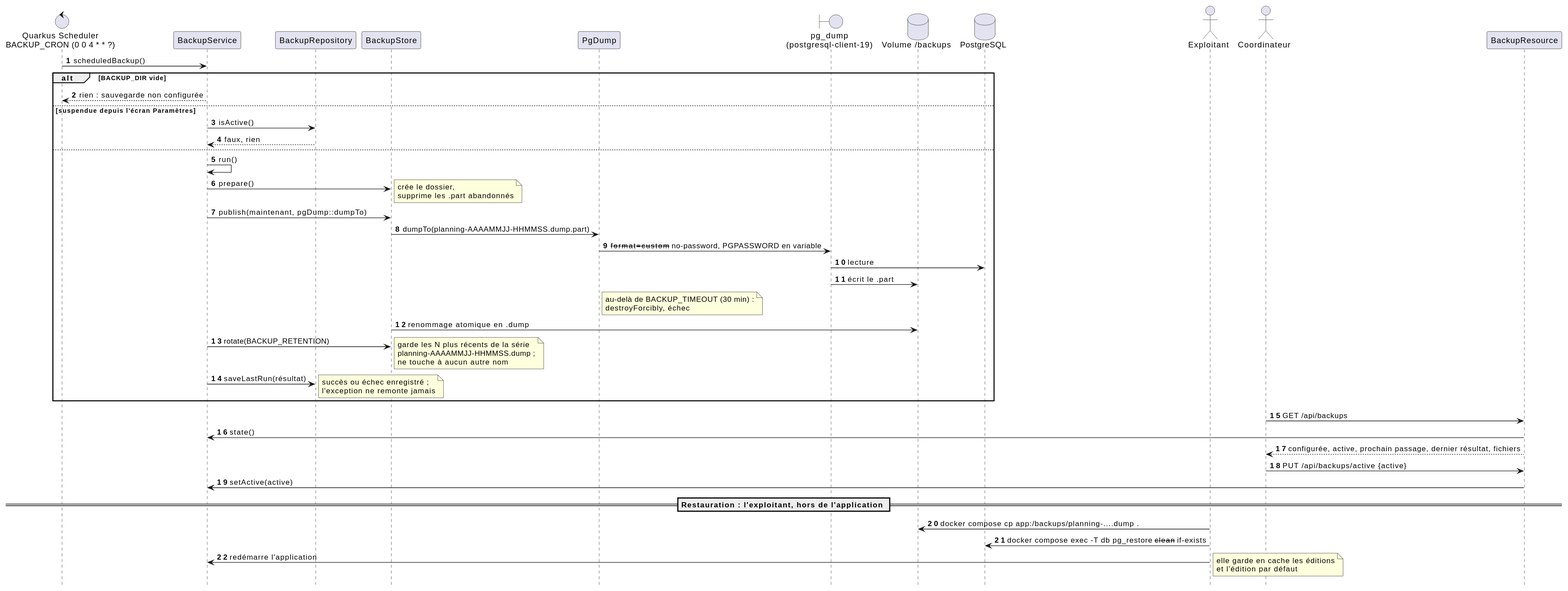
sylvainmetayer/planning-equipes keeps this PlantUML diagram as docs/diagrammes/sauvegarde.svg. Above is the earlier version. The source it was exported from:
```plantuml
@startuml
skinparam backgroundColor #FFFFFF
skinparam responseMessageBelowArrow true
hide footbox
autonumber

control "Quarkus Scheduler\nBACKUP_CRON (0 0 4 * * ?)" as cron
participant BackupService as service
participant BackupRepository as depot
participant BackupStore as store
participant PgDump as pgdump
boundary "pg_dump\n(postgresql-client-18)" as binaire
database "Volume /backups" as volume
database PostgreSQL as db
actor "Exploitant" as ops
actor "Coordinateur" as admin
participant BackupResource as resource

cron -> service : scheduledBackup()
alt BACKUP_DIR vide
  service --> cron : rien : sauvegarde non configurée
else suspendue depuis l'écran Paramètres
  service -> depot : isActive()
  depot --> service : faux, rien
else
  service -> service : run()
  service -> store : prepare()
  note right : crée le dossier,\nsupprime les .part abandonnés
  service -> store : publish(maintenant, pgDump::dumpTo)
  store -> pgdump : dumpTo(planning-AAAAMMJJ-HHMMSS.dump.part)
  pgdump -> binaire : --format=custom --no-password, PGPASSWORD en variable
  binaire -> db : lecture
  binaire -> volume : écrit le .part
  note right of pgdump : au-delà de BACKUP_TIMEOUT (30 min) :\ndestroyForcibly, échec
  store -> volume : renommage atomique en .dump
  service -> store : rotate(BACKUP_RETENTION)
  note right : garde les N plus récents de la série\nplanning-AAAAMMJJ-HHMMSS.dump ;\nne touche à aucun autre nom
  service -> depot : saveLastRun(résultat)
  note right : succès ou échec enregistré ;\nl'exception ne remonte jamais
end

admin -> resource : GET /api/backups
resource -> service : state()
resource --> admin : configurée, active, prochain passage, dernier résultat, fichiers
admin -> resource : PUT /api/backups/active {active}
resource -> service : setActive(active)

== Restauration : l'exploitant, hors de l'application ==
ops -> volume : docker compose cp app:/backups/planning-….dump .
ops -> db : docker compose exec -T db pg_restore --clean --if-exists
ops -> service : redémarre l'application
note right : elle garde en cache les éditions\net l'édition par défaut
@enduml
```
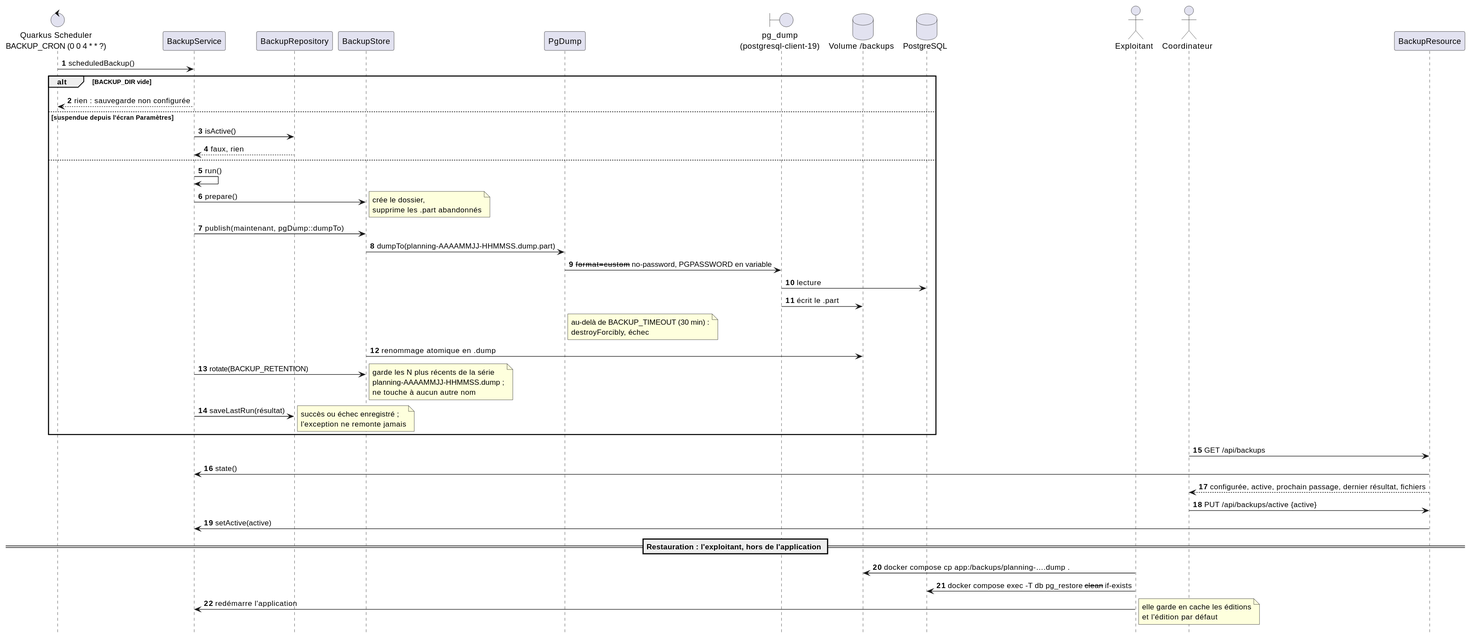
Later version of the same file.

Commit message:
docs(diagrammes): sauvegarde.svg suit le client pg_dump 19

The edit, as a diff of the source:
```diff
@@ -9,7 +9,7 @@
 participant BackupRepository as depot
 participant BackupStore as store
 participant PgDump as pgdump
-boundary "pg_dump\n(postgresql-client-18)" as binaire
+boundary "pg_dump\n(postgresql-client-19)" as binaire
 database "Volume /backups" as volume
 database PostgreSQL as db
 actor "Exploitant" as ops
```
